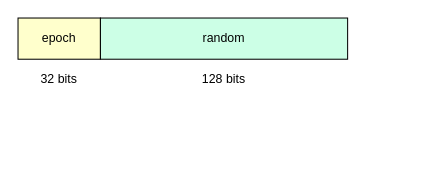
Earlier version of the draw.io diagram assets/ksuid/ksuid.drawio (thi-ng/umbrella). Source tidied: cells renumbered, new cells numbered last; positions are measured from the earlier drawing's top-left corner, leaving out a move shared by most shapes. Both pictures are drawn from the tidied source at 103%, with x=0, y=0 at pixel (18, 18).
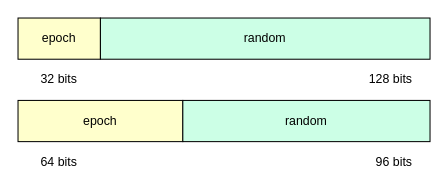
Above is the later version.

Commit message (it also covers changes not shown here):
docs(ksuid): update diagram

Diff of the diagram source:
```diff
@@
-<mxGraphModel>
+<mxGraphModel background="#FFFFFF">
   <root>
     <mxCell id="0" />
     <mxCell id="1" parent="0" />
-    <mxCell id="2" value="epoch" style="rounded=0;whiteSpace=wrap;html=1;fontFamily=IBM Plex Mono;fillColor=#FFFFCC;" parent="1" vertex="1">
+    <mxCell id="2" value="epoch" style="rounded=0;whiteSpace=wrap;html=1;fontFamily=IBM Plex Mono;fillColor=#FFFFCC;fontColor=#000000;strokeColor=#000000;" parent="1" vertex="1">
       <mxGeometry width="80" height="40" as="geometry" />
     </mxCell>
-    <mxCell id="3" value="random" style="rounded=0;whiteSpace=wrap;html=1;fontFamily=IBM Plex Mono;fillColor=#CCFFE6;" parent="1" vertex="1">
-      <mxGeometry x="80" width="240" height="40" as="geometry" />
+    <mxCell id="3" value="random" style="rounded=0;whiteSpace=wrap;html=1;fontFamily=IBM Plex Mono;fillColor=#CCFFE6;fontColor=#000000;strokeColor=#000000;" parent="1" vertex="1">
+      <mxGeometry x="80" width="320" height="40" as="geometry" />
     </mxCell>
-    <mxCell id="4" value="32 bits" style="text;html=1;strokeColor=none;fillColor=none;align=center;verticalAlign=middle;whiteSpace=wrap;rounded=0;fontFamily=IBM Plex Mono;" parent="1" vertex="1">
+    <mxCell id="4" value="32 bits" style="text;html=1;strokeColor=none;fillColor=none;align=center;verticalAlign=middle;whiteSpace=wrap;rounded=0;fontFamily=IBM Plex Mono;fontColor=#000000;" parent="1" vertex="1">
       <mxGeometry x="10" y="50" width="60" height="20" as="geometry" />
     </mxCell>
-    <mxCell id="5" value="128 bits" style="text;html=1;strokeColor=none;fillColor=none;align=center;verticalAlign=middle;whiteSpace=wrap;rounded=0;fontFamily=IBM Plex Mono;" parent="1" vertex="1">
-      <mxGeometry x="165" y="50" width="70" height="20" as="geometry" />
+    <mxCell id="5" value="128 bits" style="text;html=1;strokeColor=none;fillColor=none;align=right;verticalAlign=middle;whiteSpace=wrap;rounded=0;fontFamily=IBM Plex Mono;fontColor=#000000;" parent="1" vertex="1">
+      <mxGeometry x="315" y="50" width="70" height="20" as="geometry" />
     </mxCell>
+    <mxCell id="6" value="epoch" style="rounded=0;whiteSpace=wrap;html=1;fontFamily=IBM Plex Mono;fillColor=#FFFFCC;fontColor=#000000;strokeColor=#000000;" parent="1" vertex="1">
+      <mxGeometry y="80" width="160" height="40" as="geometry" />
+    </mxCell>
+    <mxCell id="7" value="random" style="rounded=0;whiteSpace=wrap;html=1;fontFamily=IBM Plex Mono;fillColor=#CCFFE6;fontColor=#000000;strokeColor=#000000;" parent="1" vertex="1">
+      <mxGeometry x="160" y="80" width="240" height="40" as="geometry" />
+    </mxCell>
+    <mxCell id="8" value="64 bits" style="text;html=1;strokeColor=none;fillColor=none;align=center;verticalAlign=middle;whiteSpace=wrap;rounded=0;fontFamily=IBM Plex Mono;fontColor=#000000;" parent="1" vertex="1">
+      <mxGeometry x="10" y="130" width="60" height="20" as="geometry" />
+    </mxCell>
+    <mxCell id="9" value="96 bits" style="text;html=1;strokeColor=none;fillColor=none;align=right;verticalAlign=middle;whiteSpace=wrap;rounded=0;fontFamily=IBM Plex Mono;fontColor=#000000;" parent="1" vertex="1">
+      <mxGeometry x="315" y="130" width="70" height="20" as="geometry" />
+    </mxCell>
   </root>
 </mxGraphModel>
```
